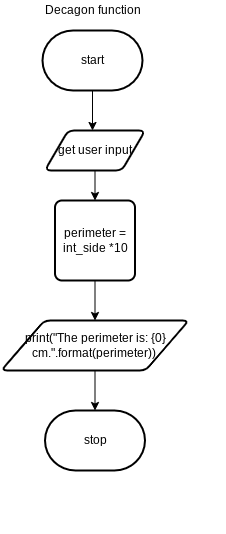
zaida-hammmel2108/ICS3U-Assignment-6-Python keeps this draw.io diagram as design/decagon.png. Above is the earlier version. Source tidied: cells renumbered, new cells last; positions are measured from the earlier drawing's top-left corner, leaving out a move shared by most shapes. Source of this version:
```xml
<mxGraphModel>
  <root>
    <mxCell id="0" />
    <mxCell id="1" parent="0" />
    <mxCell id="2" style="edgeStyle=none;html=1;entryX=0.5;entryY=0;entryDx=0;entryDy=0;" parent="1" edge="1" source="3">
      <mxGeometry relative="1" as="geometry">
        <mxPoint x="91" y="130" as="targetPoint" />
      </mxGeometry>
    </mxCell>
    <mxCell id="3" value="start" style="strokeWidth=2;html=1;shape=mxgraph.flowchart.terminator;whiteSpace=wrap;" parent="1" vertex="1">
      <mxGeometry x="41" y="30" width="100" height="60" as="geometry" />
    </mxCell>
    <mxCell id="4" style="edgeStyle=orthogonalEdgeStyle;html=1;entryX=0;entryY=0.5;entryDx=0;entryDy=0;entryPerimeter=0;strokeColor=none;rounded=0;" parent="1" edge="1">
      <mxGeometry relative="1" as="geometry">
        <mxPoint x="144.9" y="525" as="sourcePoint" />
        <mxPoint x="216" y="470" as="targetPoint" />
      </mxGeometry>
    </mxCell>
    <mxCell id="5" style="edgeStyle=none;html=1;" parent="1" edge="1" source="6" target="7">
      <mxGeometry relative="1" as="geometry" />
    </mxCell>
    <mxCell id="6" value="print(&quot;The perimeter is: {0} cm.&quot;.format(perimeter))&amp;nbsp;" style="shape=parallelogram;html=1;strokeWidth=2;perimeter=parallelogramPerimeter;whiteSpace=wrap;rounded=1;arcSize=12;size=0.23;" parent="1" vertex="1">
      <mxGeometry x="-0.2" y="320" width="187.5" height="50" as="geometry" />
    </mxCell>
    <mxCell id="7" value="stop" style="strokeWidth=2;html=1;shape=mxgraph.flowchart.terminator;whiteSpace=wrap;" parent="1" vertex="1">
      <mxGeometry x="43.5" y="410" width="100" height="60" as="geometry" />
    </mxCell>
    <mxCell id="8" style="edgeStyle=none;html=1;entryX=0.5;entryY=0;entryDx=0;entryDy=0;" parent="1" edge="1" source="9" target="6">
      <mxGeometry relative="1" as="geometry" />
    </mxCell>
    <mxCell id="9" value="&lt;span&gt;perimeter = int_side *10&lt;/span&gt;" style="rounded=1;whiteSpace=wrap;html=1;absoluteArcSize=1;arcSize=14;strokeWidth=2;" parent="1" vertex="1">
      <mxGeometry x="53.5" y="200" width="80" height="80" as="geometry" />
    </mxCell>
    <mxCell id="10" value="Decagon function" style="text;html=1;align=center;verticalAlign=middle;strokeColor=none;fillColor=none;" parent="1" vertex="1">
      <mxGeometry x="36" width="110" height="20" as="geometry" />
    </mxCell>
    <mxCell id="11" style="edgeStyle=none;html=1;entryX=0.5;entryY=0;entryDx=0;entryDy=0;" parent="1" edge="1" source="12" target="9">
      <mxGeometry relative="1" as="geometry" />
    </mxCell>
    <mxCell id="12" value="get user input" style="shape=parallelogram;html=1;strokeWidth=2;perimeter=parallelogramPerimeter;whiteSpace=wrap;rounded=1;arcSize=12;size=0.23;" parent="1" vertex="1">
      <mxGeometry x="43.5" y="130" width="100" height="40" as="geometry" />
    </mxCell>
  </root>
</mxGraphModel>
```
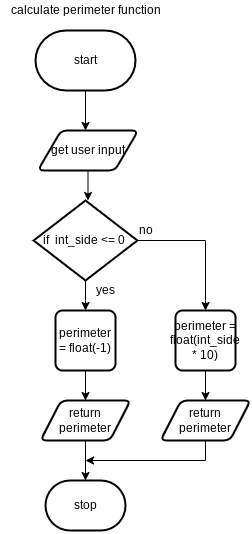
The same file after the commit.

The edit, as a diff of the source:
```diff
@@ -16,29 +16,63 @@
         <mxPoint x="216" y="470" as="targetPoint" />
       </mxGeometry>
     </mxCell>
-    <mxCell id="5" style="edgeStyle=none;html=1;" parent="1" edge="1" source="6" target="7">
-      <mxGeometry relative="1" as="geometry" />
-    </mxCell>
-    <mxCell id="6" value="print(&quot;The perimeter is: {0} cm.&quot;.format(perimeter))&amp;nbsp;" style="shape=parallelogram;html=1;strokeWidth=2;perimeter=parallelogramPerimeter;whiteSpace=wrap;rounded=1;arcSize=12;size=0.23;" parent="1" vertex="1">
-      <mxGeometry x="-0.2" y="320" width="187.5" height="50" as="geometry" />
-    </mxCell>
     <mxCell id="7" value="stop" style="strokeWidth=2;html=1;shape=mxgraph.flowchart.terminator;whiteSpace=wrap;" parent="1" vertex="1">
-      <mxGeometry x="43.5" y="410" width="100" height="60" as="geometry" />
+      <mxGeometry x="51" y="480" width="80" height="50" as="geometry" />
     </mxCell>
-    <mxCell id="8" style="edgeStyle=none;html=1;entryX=0.5;entryY=0;entryDx=0;entryDy=0;" parent="1" edge="1" source="9" target="6">
-      <mxGeometry relative="1" as="geometry" />
-    </mxCell>
-    <mxCell id="9" value="&lt;span&gt;perimeter = int_side *10&lt;/span&gt;" style="rounded=1;whiteSpace=wrap;html=1;absoluteArcSize=1;arcSize=14;strokeWidth=2;" parent="1" vertex="1">
-      <mxGeometry x="53.5" y="200" width="80" height="80" as="geometry" />
-    </mxCell>
-    <mxCell id="10" value="Decagon function" style="text;html=1;align=center;verticalAlign=middle;strokeColor=none;fillColor=none;" parent="1" vertex="1">
-      <mxGeometry x="36" width="110" height="20" as="geometry" />
+    <mxCell id="10" value="calculate perimeter function" style="text;html=1;align=center;verticalAlign=middle;strokeColor=none;fillColor=none;" parent="1" vertex="1">
+      <mxGeometry x="6" width="170" height="20" as="geometry" />
     </mxCell>
-    <mxCell id="11" style="edgeStyle=none;html=1;entryX=0.5;entryY=0;entryDx=0;entryDy=0;" parent="1" edge="1" source="12" target="9">
-      <mxGeometry relative="1" as="geometry" />
+    <mxCell id="11" style="edgeStyle=none;html=1;entryX=0.5;entryY=0;entryDx=0;entryDy=0;" parent="1" edge="1" source="12">
+      <mxGeometry relative="1" as="geometry">
+        <mxPoint x="93.5" y="200" as="targetPoint" />
+      </mxGeometry>
     </mxCell>
     <mxCell id="12" value="get user input" style="shape=parallelogram;html=1;strokeWidth=2;perimeter=parallelogramPerimeter;whiteSpace=wrap;rounded=1;arcSize=12;size=0.23;" parent="1" vertex="1">
       <mxGeometry x="43.5" y="130" width="100" height="40" as="geometry" />
     </mxCell>
+    <mxCell id="13" style="edgeStyle=none;html=1;entryX=0.5;entryY=0;entryDx=0;entryDy=0;" parent="1" edge="1" source="15" target="17">
+      <mxGeometry relative="1" as="geometry" />
+    </mxCell>
+    <mxCell id="14" style="edgeStyle=orthogonalEdgeStyle;html=1;entryX=0.5;entryY=0;entryDx=0;entryDy=0;rounded=0;" parent="1" edge="1" source="15" target="22">
+      <mxGeometry relative="1" as="geometry" />
+    </mxCell>
+    <mxCell id="15" value="if&amp;nbsp; int_side &amp;lt;= 0&amp;nbsp;" style="strokeWidth=2;html=1;shape=mxgraph.flowchart.decision;whiteSpace=wrap;" parent="1" vertex="1">
+      <mxGeometry x="39.1" y="200" width="103.8" height="80" as="geometry" />
+    </mxCell>
+    <mxCell id="16" style="edgeStyle=none;html=1;entryX=0.5;entryY=0;entryDx=0;entryDy=0;" parent="1" edge="1" source="17" target="19">
+      <mxGeometry relative="1" as="geometry" />
+    </mxCell>
+    <mxCell id="17" value="perimeter = float(-1)" style="rounded=1;whiteSpace=wrap;html=1;absoluteArcSize=1;arcSize=14;strokeWidth=2;" parent="1" vertex="1">
+      <mxGeometry x="61" y="310" width="60" height="60" as="geometry" />
+    </mxCell>
+    <mxCell id="18" style="edgeStyle=orthogonalEdgeStyle;rounded=0;html=1;entryX=0.5;entryY=0;entryDx=0;entryDy=0;entryPerimeter=0;" parent="1" edge="1" source="19" target="7">
+      <mxGeometry relative="1" as="geometry" />
+    </mxCell>
+    <mxCell id="19" value="return &lt;br&gt;perimeter" style="shape=parallelogram;html=1;strokeWidth=2;perimeter=parallelogramPerimeter;whiteSpace=wrap;rounded=1;arcSize=12;size=0.23;" parent="1" vertex="1">
+      <mxGeometry x="46" y="400" width="90" height="40" as="geometry" />
+    </mxCell>
+    <mxCell id="20" value="yes" style="text;html=1;align=center;verticalAlign=middle;strokeColor=none;fillColor=none;" parent="1" vertex="1">
+      <mxGeometry x="96" y="280" width="30" height="20" as="geometry" />
+    </mxCell>
+    <mxCell id="21" style="edgeStyle=none;html=1;" parent="1" edge="1" source="22" target="24">
+      <mxGeometry relative="1" as="geometry" />
+    </mxCell>
+    <mxCell id="22" value="perimeter = float(int_side * 10)" style="rounded=1;whiteSpace=wrap;html=1;absoluteArcSize=1;arcSize=14;strokeWidth=2;" parent="1" vertex="1">
+      <mxGeometry x="181" y="310" width="60" height="60" as="geometry" />
+    </mxCell>
+    <mxCell id="23" style="edgeStyle=orthogonalEdgeStyle;rounded=0;html=1;" parent="1" edge="1" source="24">
+      <mxGeometry relative="1" as="geometry">
+        <mxPoint x="91" y="460" as="targetPoint" />
+        <Array as="points">
+          <mxPoint x="211" y="460" />
+        </Array>
+      </mxGeometry>
+    </mxCell>
+    <mxCell id="24" value="return &lt;br&gt;perimeter" style="shape=parallelogram;html=1;strokeWidth=2;perimeter=parallelogramPerimeter;whiteSpace=wrap;rounded=1;arcSize=12;size=0.23;" parent="1" vertex="1">
+      <mxGeometry x="166" y="400" width="90" height="40" as="geometry" />
+    </mxCell>
+    <mxCell id="25" value="no" style="text;html=1;align=center;verticalAlign=middle;strokeColor=none;fillColor=none;" parent="1" vertex="1">
+      <mxGeometry x="136" y="220" width="30" height="20" as="geometry" />
+    </mxCell>
   </root>
 </mxGraphModel>
```
